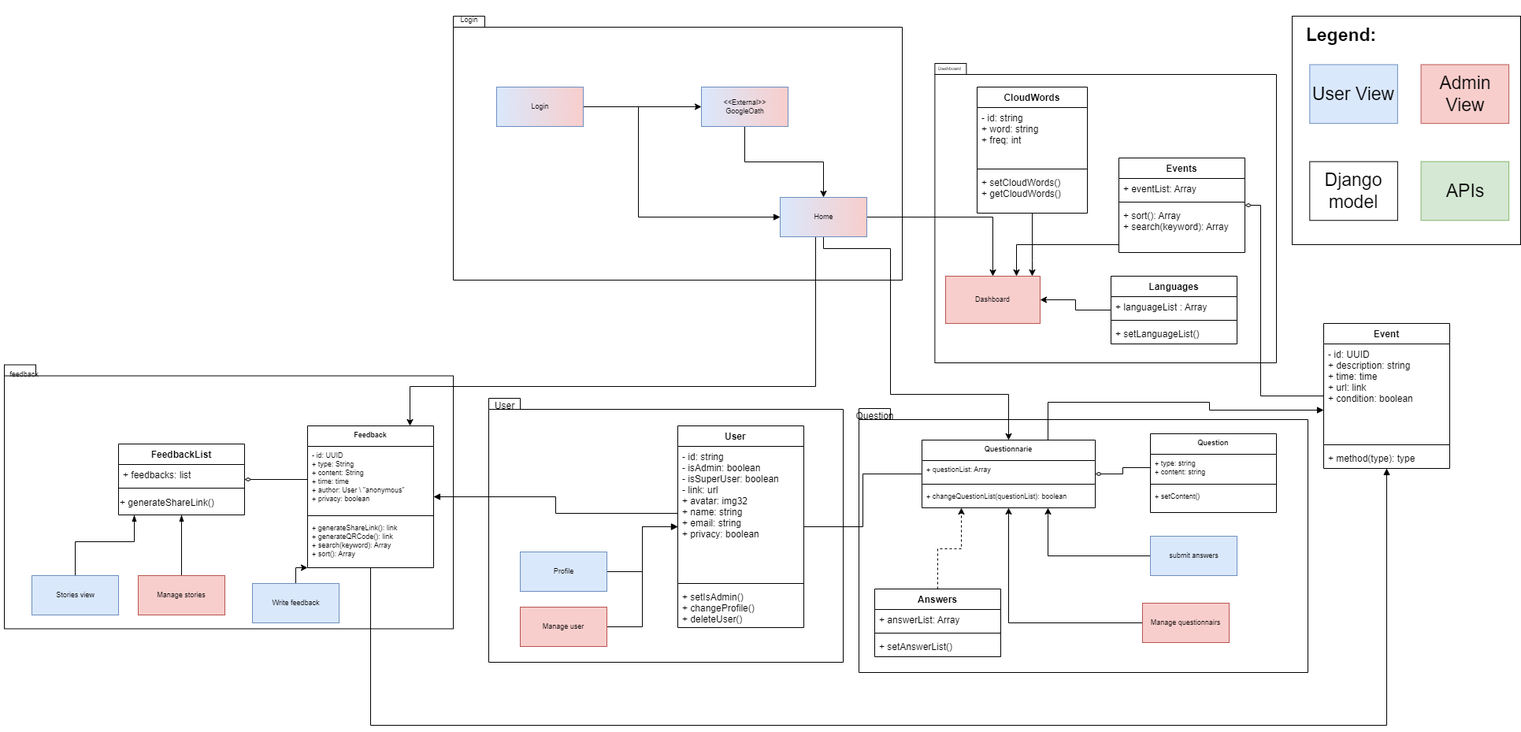
Above: docs/img/UML.png in UAlberta-CMPUT401/nstep-storytelling (draw.io), before the change. Source tidied: cells renumbered, new cells last; positions are measured from the earlier drawing's top-left corner, leaving out a move shared by most shapes.
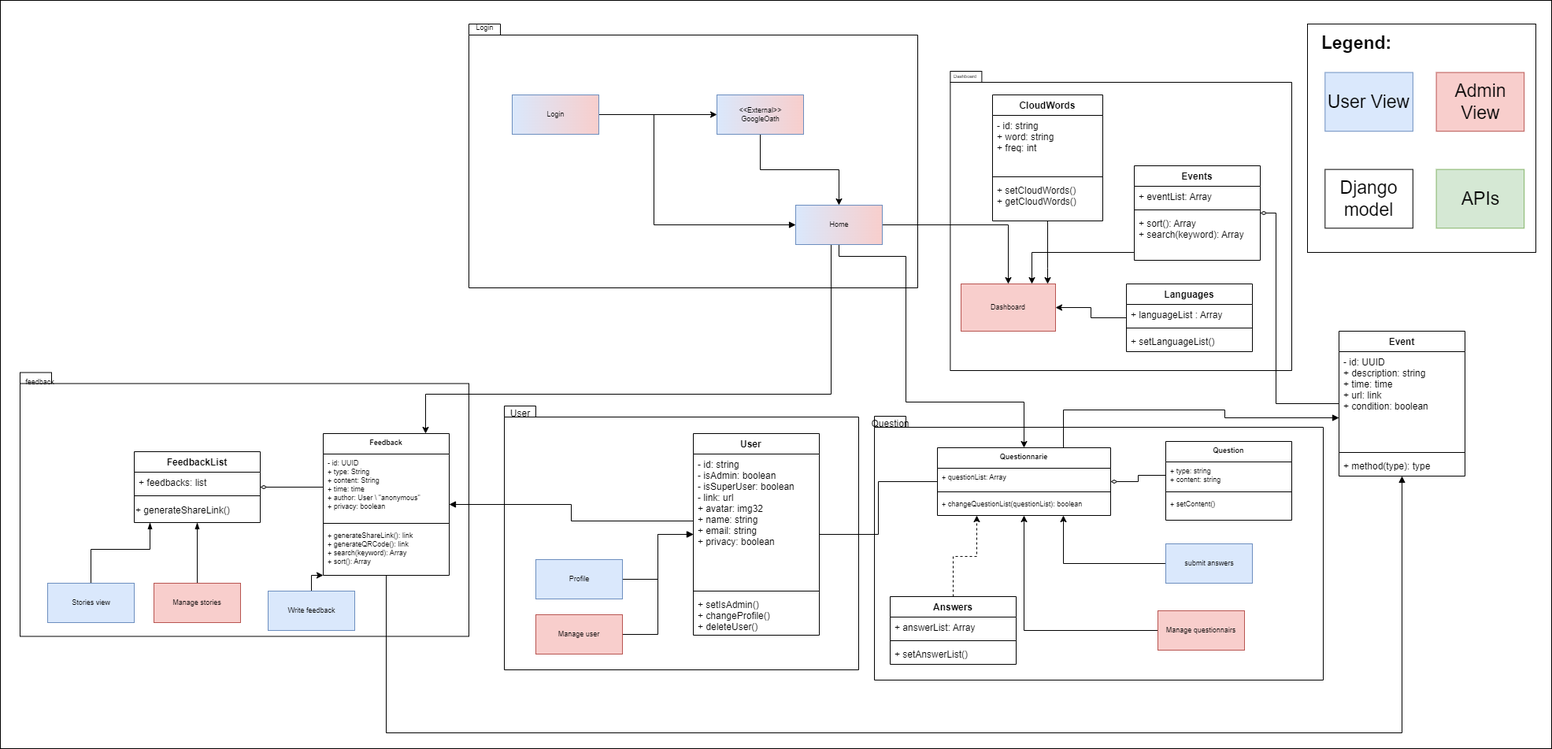
Above is the later version.

Change to the diagram source:
```diff
@@ -2,6 +2,9 @@
   <root>
     <mxCell id="0" />
     <mxCell id="1" parent="0" />
+    <mxCell id="95" style="rounded=0;whiteSpace=wrap;html=1;" parent="1" vertex="1">
+      <mxGeometry x="-20" y="-10" width="1970" height="950" as="geometry" />
+    </mxCell>
     <mxCell id="2" style="group;" parent="1" vertex="1">
       <mxGeometry x="1180" y="60" width="440" height="400" as="geometry" />
     </mxCell>
```
